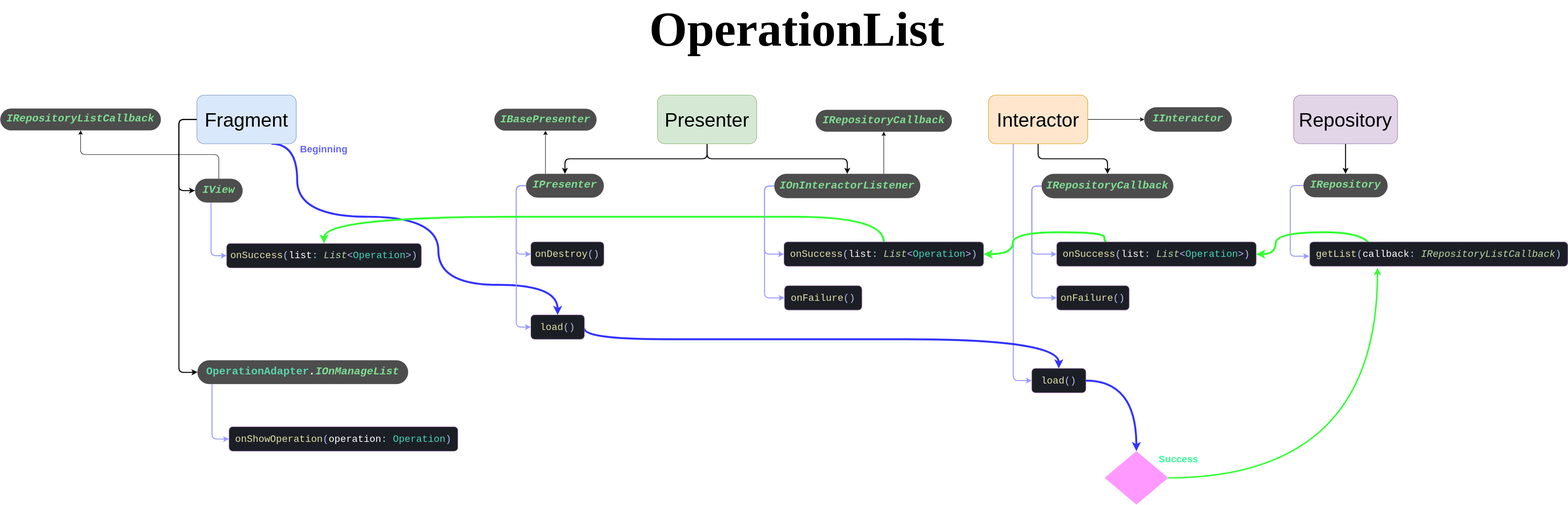
Earlier version of the draw.io export MVP OperationList Scheme.svg (ElianFabian/android-mvp-calculator). Source tidied: cells renumbered, new cells last; positions are measured from the earlier drawing's top-left corner, leaving out a move shared by most shapes.
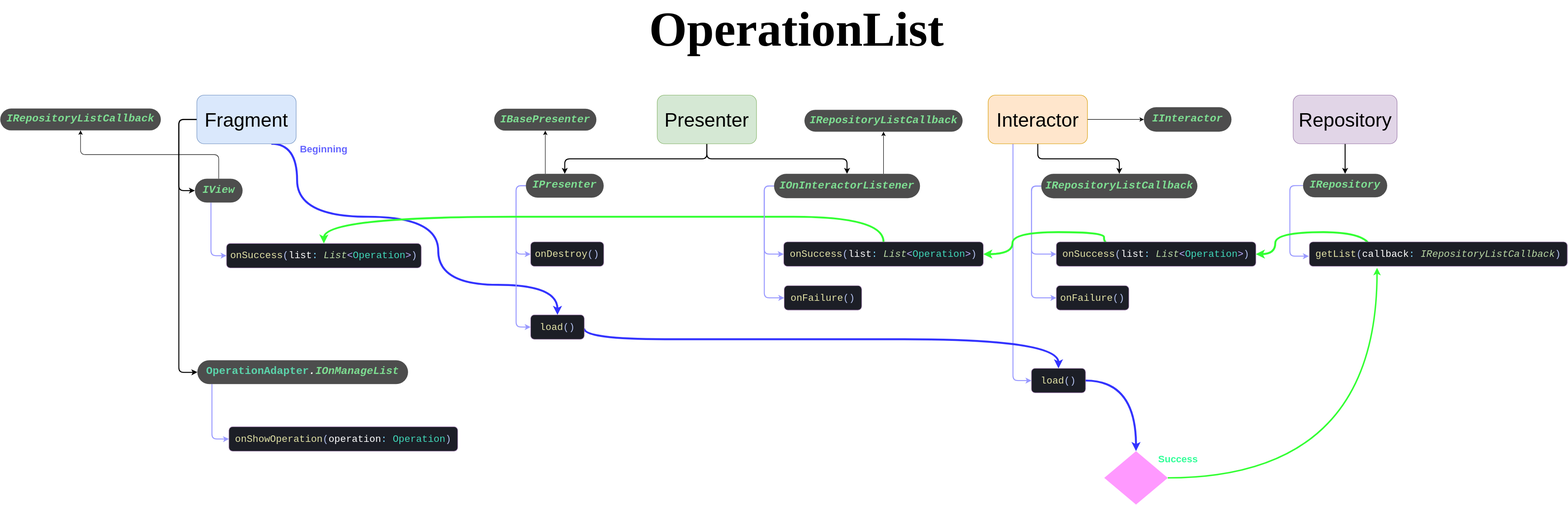
After the change.

Diff of the diagram source:
```diff
@@ -88,8 +88,8 @@
     <mxCell id="21" value="&lt;pre style=&quot;font-family: &amp;quot;jetbrains mono&amp;quot;, monospace; font-size: 20px;&quot;&gt;&lt;pre style=&quot;background-color: rgb(28, 30, 38); color: rgb(182, 196, 242); font-family: &amp;quot;jetbrains mono&amp;quot;, monospace; font-size: 20px;&quot;&gt;&lt;pre style=&quot;font-family: &amp;quot;jetbrains mono&amp;quot;, monospace; font-size: 20px;&quot;&gt;&lt;pre style=&quot;font-family: &amp;quot;jetbrains mono&amp;quot;, monospace; font-size: 20px;&quot;&gt;&lt;pre style=&quot;font-family: &amp;quot;jetbrains mono&amp;quot;, monospace; font-size: 20px;&quot;&gt;&lt;span style=&quot;color: rgb(225, 225, 165); font-size: 20px;&quot;&gt;onFailure&lt;/span&gt;&lt;span style=&quot;color: rgb(180, 194, 240); font-size: 20px;&quot;&gt;()&lt;/span&gt;&lt;/pre&gt;&lt;/pre&gt;&lt;/pre&gt;&lt;/pre&gt;&lt;/pre&gt;" style="rounded=1;whiteSpace=wrap;html=1;strokeColor=#9673a6;shadow=0;sketch=0;glass=0;fillColor=#1c1e26;fontSize=20;" parent="1" vertex="1">
       <mxGeometry x="1611" y="556.8" width="159" height="50" as="geometry" />
     </mxCell>
-    <mxCell id="22" value="&lt;pre style=&quot;font-family: &amp;quot;jetbrains mono&amp;quot;, monospace; font-size: 22px;&quot;&gt;&lt;span style=&quot;font-style: italic; font-size: 22px;&quot;&gt;&lt;span style=&quot;font-size: 22px;&quot;&gt;&lt;font style=&quot;font-size: 22px;&quot;&gt;IRepositoryCallback&lt;/font&gt;&lt;/span&gt;&lt;/span&gt;&lt;/pre&gt;" style="rounded=1;whiteSpace=wrap;html=1;strokeWidth=1;arcSize=50;fontSize=22;fontColor=#7EDE92;fontStyle=1;strokeColor=none;fillColor=#4D4D4D;" parent="1" vertex="1">
-      <mxGeometry x="1675" y="195.1" width="280" height="45" as="geometry" />
+    <mxCell id="22" value="&lt;pre style=&quot;font-family: &amp;#34;jetbrains mono&amp;#34; , monospace ; font-size: 22px&quot;&gt;&lt;span style=&quot;font-style: italic ; font-size: 22px&quot;&gt;&lt;span style=&quot;font-size: 22px&quot;&gt;&lt;font style=&quot;font-size: 22px&quot;&gt;IRepositoryListCallback&lt;/font&gt;&lt;/span&gt;&lt;/span&gt;&lt;/pre&gt;" style="rounded=1;whiteSpace=wrap;html=1;strokeWidth=1;arcSize=50;fontSize=22;fontColor=#7EDE92;fontStyle=1;strokeColor=none;fillColor=#4D4D4D;" parent="1" vertex="1">
+      <mxGeometry x="1652.5" y="195.1" width="325" height="45" as="geometry" />
     </mxCell>
     <mxCell id="23" style="edgeStyle=orthogonalEdgeStyle;rounded=0;jettySize=auto;html=1;exitX=0.25;exitY=0;exitDx=0;exitDy=0;" parent="1" edge="1" source="24" target="15">
       <mxGeometry relative="1" as="geometry" />
@@ -127,8 +127,8 @@
     <mxCell id="32" value="&lt;pre style=&quot;font-family: &amp;#34;jetbrains mono&amp;#34; , monospace ; font-size: 22px&quot;&gt;&lt;span style=&quot;font-style: italic ; font-size: 22px&quot;&gt;&lt;span style=&quot;font-size: 22px&quot;&gt;&lt;font style=&quot;font-size: 22px&quot; color=&quot;#7ede92&quot;&gt;IRepositoryListCallback&lt;/font&gt;&lt;/span&gt;&lt;/span&gt;&lt;/pre&gt;" style="rounded=1;whiteSpace=wrap;html=1;strokeWidth=1;arcSize=50;fontSize=22;fontColor=#8CC985;fontStyle=1;strokeColor=none;fillColor=#4D4D4D;" parent="1" vertex="1">
       <mxGeometry y="192.5" width="330" height="45" as="geometry" />
     </mxCell>
-    <mxCell id="33" value="&lt;pre style=&quot;font-family: &amp;quot;jetbrains mono&amp;quot;, monospace; font-size: 22px;&quot;&gt;&lt;span style=&quot;font-style: italic; font-size: 22px;&quot;&gt;&lt;span style=&quot;font-size: 22px;&quot;&gt;&lt;font style=&quot;font-size: 22px;&quot;&gt;IRepositoryCallback&lt;/font&gt;&lt;/span&gt;&lt;/span&gt;&lt;/pre&gt;" style="rounded=1;whiteSpace=wrap;html=1;strokeWidth=1;arcSize=50;fontSize=22;fontColor=#7EDE92;fontStyle=1;strokeColor=none;fillColor=#4D4D4D;" parent="1" vertex="1">
-      <mxGeometry x="2139.1" y="326.8" width="270.9" height="50.2" as="geometry" />
+    <mxCell id="33" value="&lt;pre style=&quot;font-family: &amp;#34;jetbrains mono&amp;#34; , monospace ; font-size: 22px&quot;&gt;&lt;span style=&quot;font-style: italic ; font-size: 22px&quot;&gt;&lt;span style=&quot;font-size: 22px&quot;&gt;&lt;font style=&quot;font-size: 22px&quot;&gt;IRepositoryListCallback&lt;/font&gt;&lt;/span&gt;&lt;/span&gt;&lt;/pre&gt;" style="rounded=1;whiteSpace=wrap;html=1;strokeWidth=1;arcSize=50;fontSize=22;fontColor=#7EDE92;fontStyle=1;strokeColor=none;fillColor=#4D4D4D;" parent="1" vertex="1">
+      <mxGeometry x="2139.1" y="326.8" width="320.9" height="50.2" as="geometry" />
     </mxCell>
     <mxCell id="34" value="&lt;pre style=&quot;font-family: &amp;#34;jetbrains mono&amp;#34; , monospace&quot;&gt;&lt;pre style=&quot;background-color: #1c1e26 ; color: #b6c4f2 ; font-family: &amp;#34;jetbrains mono&amp;#34; , monospace ; font-size: 8 3pt&quot;&gt;&lt;pre style=&quot;font-family: &amp;#34;jetbrains mono&amp;#34; , monospace ; font-size: 20px&quot;&gt;&lt;pre style=&quot;font-family: &amp;#34;jetbrains mono&amp;#34; , monospace&quot;&gt;&lt;pre style=&quot;font-family: &amp;#34;jetbrains mono&amp;#34; , monospace&quot;&gt;&lt;span style=&quot;color: #e1e1a5&quot;&gt;onSuccess&lt;/span&gt;&lt;span style=&quot;color: #b4c2f0&quot;&gt;(&lt;/span&gt;&lt;span style=&quot;color: #ffffff&quot;&gt;list&lt;/span&gt;&lt;span style=&quot;color: #7fdaff&quot;&gt;: &lt;/span&gt;&lt;span style=&quot;color: #b8d7a3 ; font-style: italic&quot;&gt;List&lt;/span&gt;&lt;span style=&quot;color: #baacff&quot;&gt;&amp;lt;&lt;/span&gt;&lt;span style=&quot;color: #40d6b8&quot;&gt;Operation&lt;/span&gt;&lt;span style=&quot;color: #baacff&quot;&gt;&amp;gt;&lt;/span&gt;&lt;span style=&quot;color: #b4c2f0&quot;&gt;)&lt;/span&gt;&lt;/pre&gt;&lt;/pre&gt;&lt;/pre&gt;&lt;/pre&gt;&lt;/pre&gt;" style="rounded=1;whiteSpace=wrap;html=1;strokeColor=#9673a6;shadow=0;sketch=0;glass=0;fillColor=#1c1e26;" parent="1" vertex="1">
       <mxGeometry x="465" y="470" width="400" height="50" as="geometry" />
```
